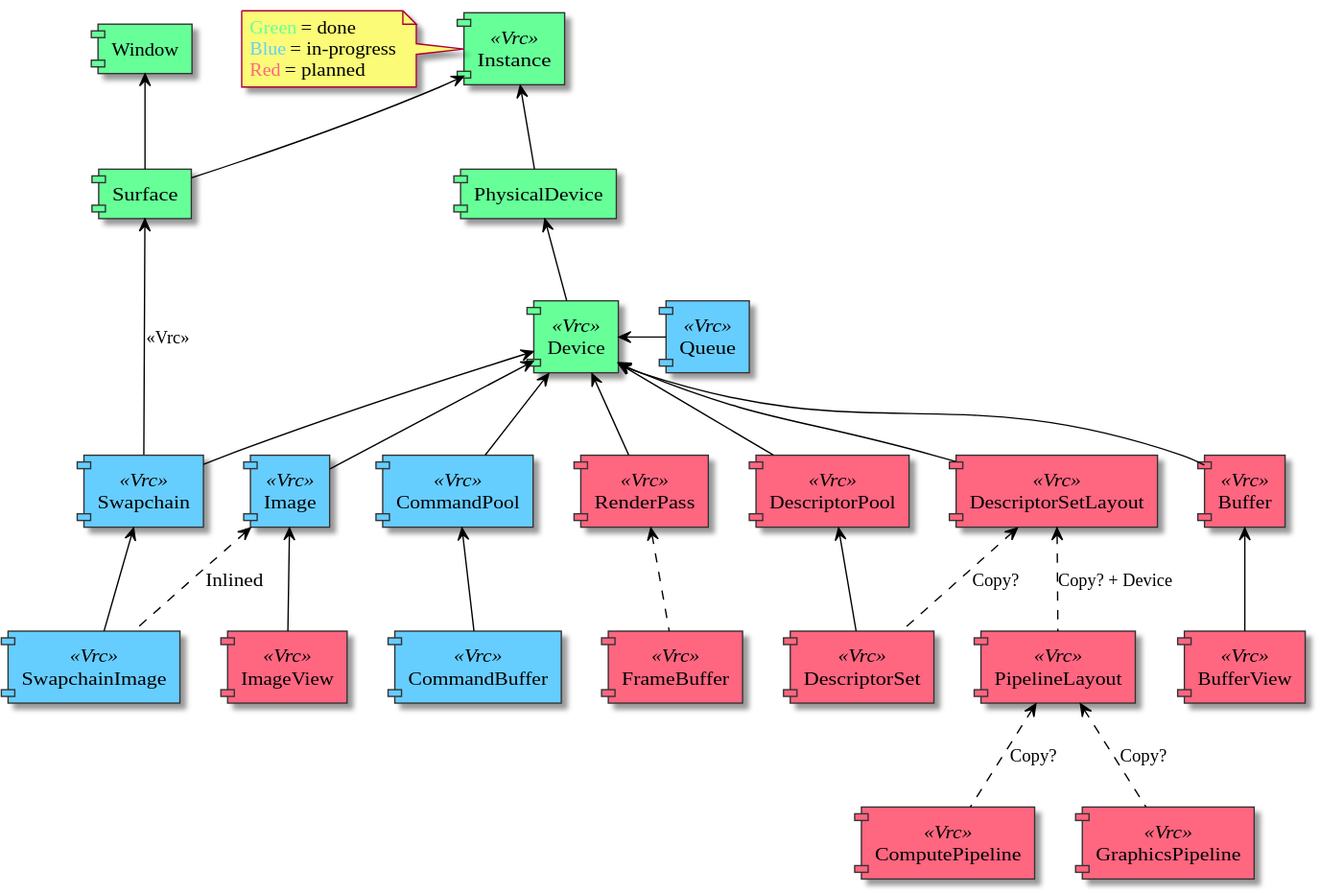
This is media/object_dependency_graph.svg from vulkayes/vulkayes-thesis, a PlantUML export, as it was before one commit.
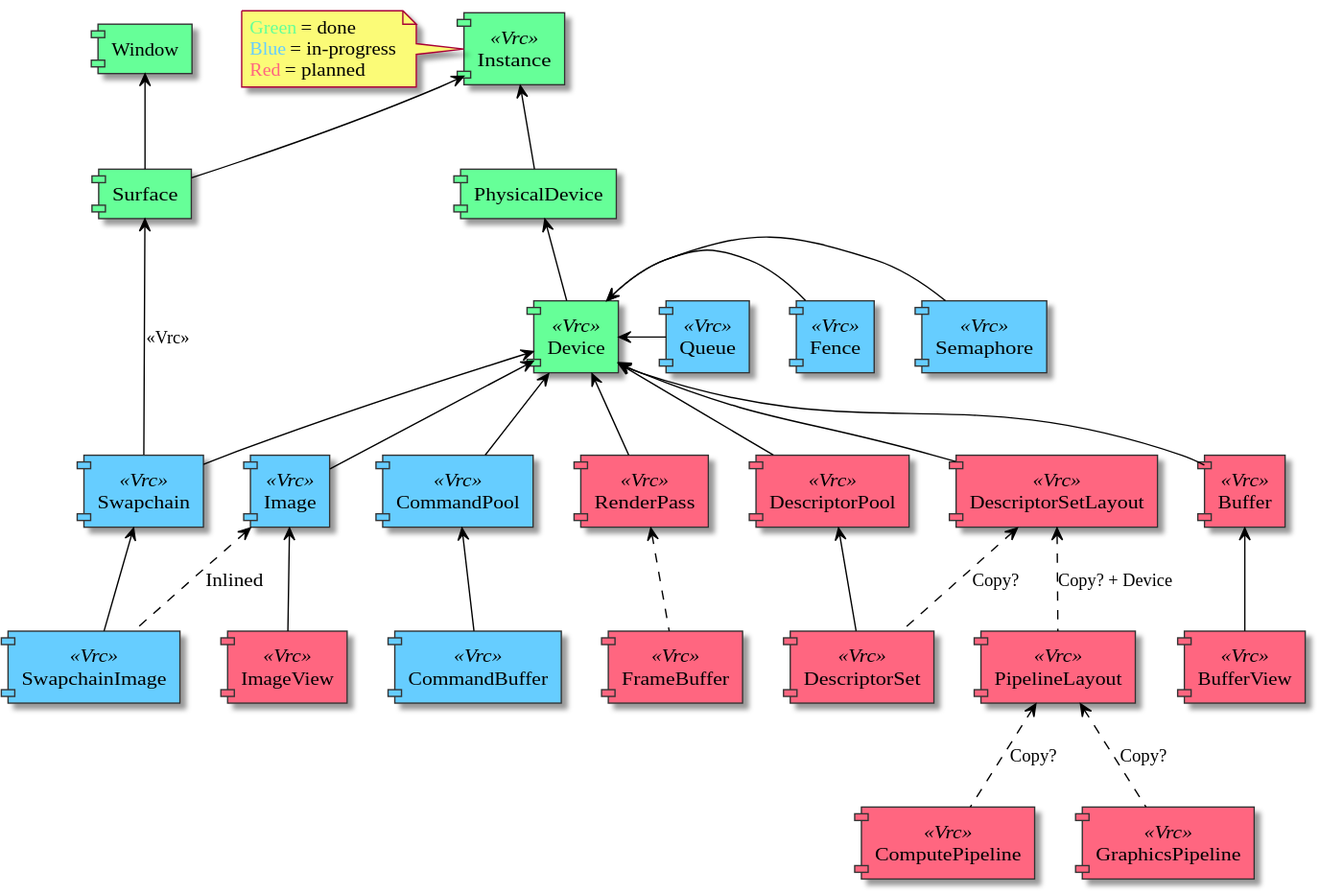
Later version of the same file.

Change to the diagram source:
```diff
@@ -44,8 +44,10 @@
 component [PipelineLayout] <<Vrc>> #FF6680
 
 component [DescriptorPool] <<Vrc>> #FF6680
+component [DescriptorSet] <<Vrc>> #FF6680
 
-component [DescriptorSet] <<Vrc>> #FF6680
+component [Semaphore] <<Vrc>> #66CDFF
+component [Fence] <<Vrc>> #66CDFF
 
 [Instance] <-- [PhysicalDevice]
 [Instance] <-- [Surface]
@@ -62,6 +64,8 @@
 [Device] <-- [RenderPass]
 [Device] <-- [DescriptorSetLayout]
 [Device] <-- [DescriptorPool]
+[Device] <- [Semaphore]
+[Device] <- [Fence]
 
 [Swapchain] <-- [SwapchainImage]
 
```
